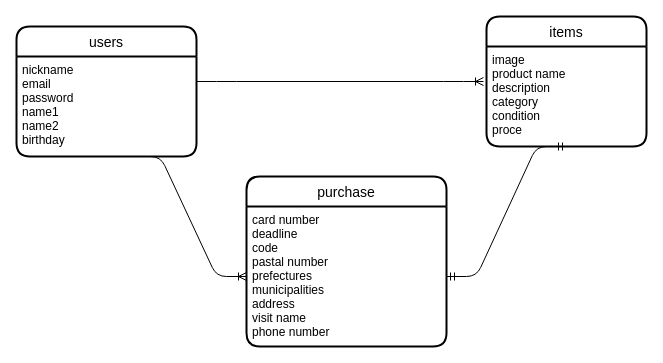
Before: furima.dio in himena0214/furima-32835, a draw.io diagram. Source tidied: cells renumbered, new cells numbered last; positions are measured from the earlier drawing's top-left corner, leaving out a move shared by most shapes. Both pictures are drawn from the tidied source at 100%, with x=0, y=0 at pixel (16, 16).
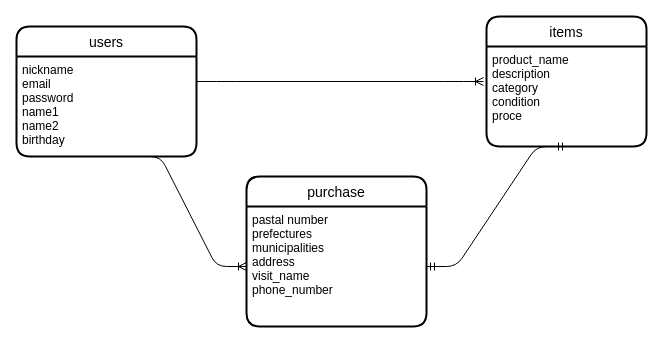
The same diagram, later.

Commit message:
データベース設計3

The edit, as a diff of the source:
```diff
@@
 <mxGraphModel>
   <root>
     <mxCell id="0" />
     <mxCell id="1" parent="0" />
     <mxCell id="2" value="users" style="swimlane;horizontal=1;startSize=30;rounded=1;fontSize=14;fontStyle=0;strokeWidth=2;shadow=0;dashed=0;align=center;sketch=0;" parent="1" vertex="1">
       <mxGeometry y="10" width="180" height="130" as="geometry" />
     </mxCell>
     <mxCell id="3" value="nickname&#10;email&#10;password&#10;name1&#10;name2&#10;birthday&#10;&#10;&#10;" style="align=left;strokeColor=none;fillColor=none;spacingLeft=4;fontSize=12;verticalAlign=top;" parent="2" vertex="1">
       <mxGeometry y="30" width="180" height="100" as="geometry" />
     </mxCell>
     <mxCell id="4" value="items" style="swimlane;horizontal=1;startSize=30;rounded=1;fontSize=14;fontStyle=0;strokeWidth=2;shadow=0;dashed=0;align=center;sketch=0;" parent="1" vertex="1">
       <mxGeometry x="470" width="160" height="130" as="geometry" />
     </mxCell>
-    <mxCell id="5" value="image&#10;product name&#10;description&#10;category&#10;condition&#10;proce&#10;&#10;&#10;" style="align=left;strokeColor=none;fillColor=none;spacingLeft=4;fontSize=12;verticalAlign=top;" parent="4" vertex="1">
+    <mxCell id="5" value="product_name&#10;description&#10;category&#10;condition&#10;proce&#10;&#10;&#10;" style="align=left;strokeColor=none;fillColor=none;spacingLeft=4;fontSize=12;verticalAlign=top;" parent="4" vertex="1">
       <mxGeometry y="30" width="160" height="100" as="geometry" />
     </mxCell>
     <mxCell id="6" value="purchase" style="swimlane;horizontal=1;startSize=30;rounded=1;fontSize=14;fontStyle=0;strokeWidth=2;shadow=0;dashed=0;align=center;sketch=0;" parent="1" vertex="1">
-      <mxGeometry x="230" y="160" width="200" height="170" as="geometry" />
+      <mxGeometry x="230" y="160" width="180" height="150" as="geometry" />
     </mxCell>
-    <mxCell id="7" value="card number&#10;deadline&#10;code&#10;pastal number&#10;prefectures&#10;municipalities&#10;address&#10;visit name&#10;phone number" style="align=left;strokeColor=none;fillColor=none;spacingLeft=4;fontSize=12;verticalAlign=top;" parent="6" vertex="1">
-      <mxGeometry y="30" width="200" height="140" as="geometry" />
+    <mxCell id="7" value="pastal number&#10;prefectures&#10;municipalities&#10;address&#10;visit_name&#10;phone_number" style="align=left;strokeColor=none;fillColor=none;spacingLeft=4;fontSize=12;verticalAlign=top;" parent="6" vertex="1">
+      <mxGeometry y="30" width="180" height="120" as="geometry" />
     </mxCell>
     <mxCell id="8" style="edgeStyle=entityRelationEdgeStyle;fontSize=12;html=1;endArrow=ERoneToMany;exitX=1;exitY=0.25;exitDx=0;exitDy=0;" parent="1" edge="1" source="3">
       <mxGeometry relative="1" as="geometry">
         <mxPoint x="467" y="65" as="targetPoint" />
       </mxGeometry>
     </mxCell>
     <mxCell id="9" style="edgeStyle=entityRelationEdgeStyle;fontSize=12;html=1;endArrow=ERoneToMany;" parent="1" edge="1" target="7">
       <mxGeometry relative="1" as="geometry">
         <mxPoint x="114" y="140" as="sourcePoint" />
       </mxGeometry>
     </mxCell>
     <mxCell id="10" style="edgeStyle=entityRelationEdgeStyle;fontSize=12;html=1;endArrow=ERmandOne;startArrow=ERmandOne;exitX=1;exitY=0.5;exitDx=0;exitDy=0;entryX=0.5;entryY=1;entryDx=0;entryDy=0;" parent="1" edge="1" source="7" target="5">
       <mxGeometry relative="1" as="geometry" />
     </mxCell>
   </root>
 </mxGraphModel>
```
